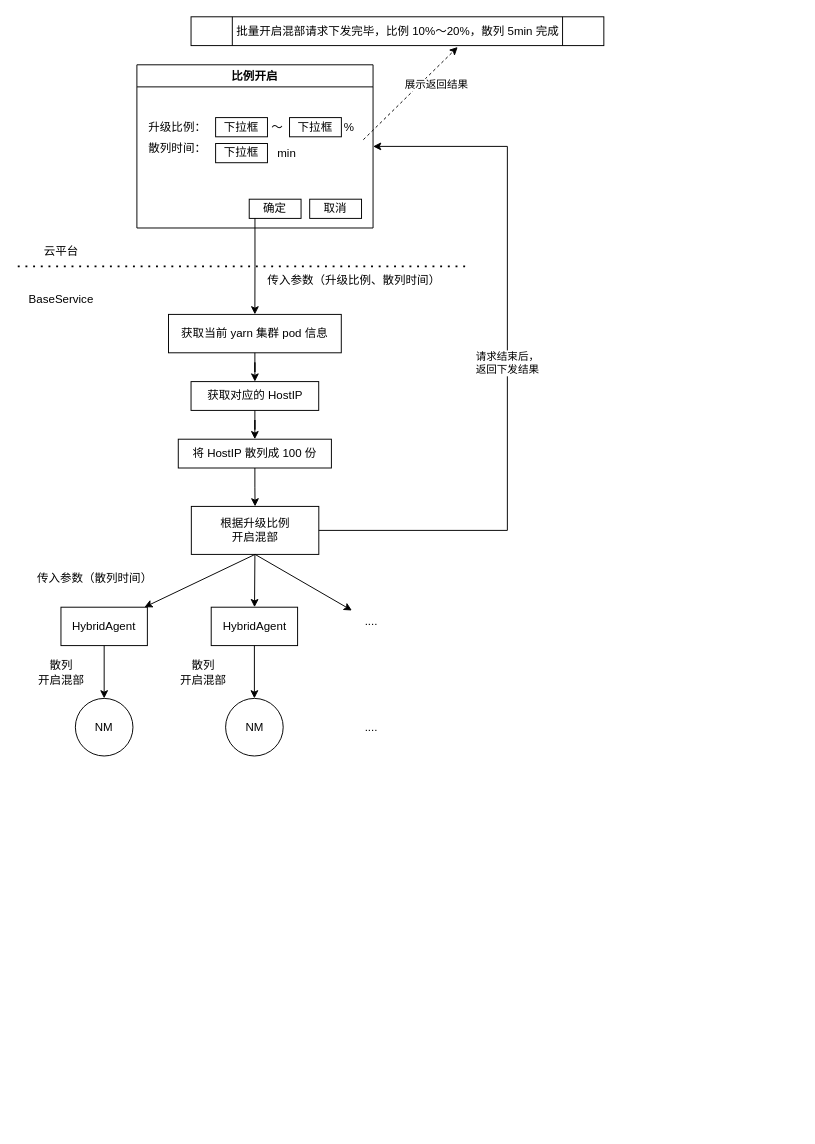
Before: 一键开启混部.drawio in cityofwang/beats, a draw.io diagram. Source tidied: cells renumbered, new cells numbered last; positions are measured from the earlier drawing's top-left corner, leaving out a move shared by most shapes. Both pictures are drawn from the tidied source at 96%, with x=0, y=0 at pixel (17, 16).
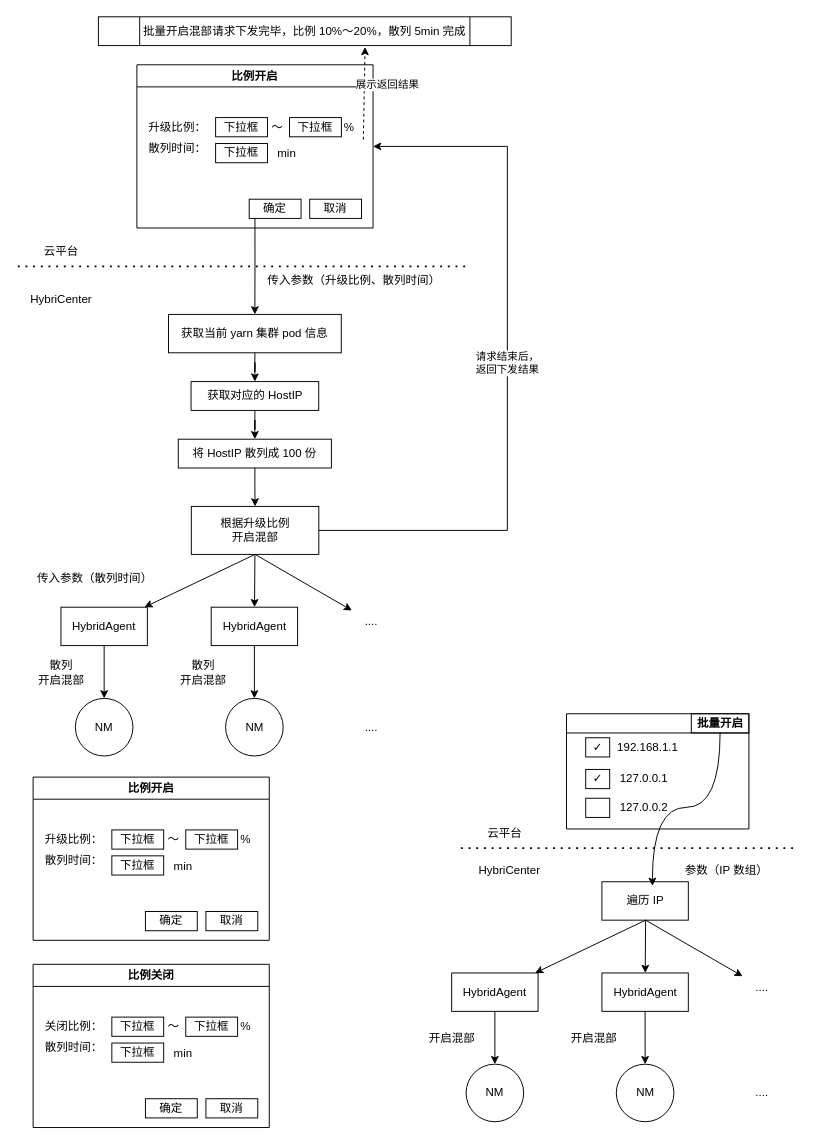
Above is the later version.

Commit message:
一键开启混部.drawio

The edit, as a diff of the source:
```diff
@@
-    <mxCell id="28" value="BaseService" style="text;html=1;align=center;verticalAlign=middle;strokeColor=none;fillColor=none;" parent="1" vertex="1">
+    <mxCell id="28" value="HybriCenter" style="text;html=1;align=center;verticalAlign=middle;strokeColor=none;fillColor=none;" parent="1" vertex="1">
       <mxGeometry y="280" width="90" height="30" as="geometry" />
     </mxCell>
@@
     <mxCell id="45" value="&lt;span style=&quot;text-wrap-mode: nowrap;&quot;&gt;批量开启混部请求下发完毕，比例 10%～20%，散列 5min 完成&lt;/span&gt;" style="shape=process;whiteSpace=wrap;html=1;backgroundOutline=1;" parent="1" vertex="1">
-      <mxGeometry x="180.5" width="430" height="30" as="geometry" />
+      <mxGeometry x="84" width="430" height="30" as="geometry" />
     </mxCell>
+    <mxCell id="46" value="比例开启" style="swimlane;whiteSpace=wrap;html=1;" parent="1" vertex="1">
+      <mxGeometry x="16" y="792" width="246" height="170" as="geometry" />
+    </mxCell>
+    <mxCell id="47" value="下拉框" style="rounded=0;whiteSpace=wrap;html=1;fillColor=none;" parent="46" vertex="1">
+      <mxGeometry x="82" y="55" width="54" height="20" as="geometry" />
+    </mxCell>
+    <mxCell id="48" value="散列时间：" style="text;html=1;align=center;verticalAlign=middle;strokeColor=none;fillColor=none;" parent="46" vertex="1">
+      <mxGeometry x="2" y="72" width="80" height="30" as="geometry" />
+    </mxCell>
+    <mxCell id="49" value="升级比例：" style="text;html=1;align=center;verticalAlign=middle;strokeColor=none;fillColor=none;" parent="46" vertex="1">
+      <mxGeometry x="2" y="50" width="80" height="30" as="geometry" />
+    </mxCell>
+    <mxCell id="50" value="下拉框" style="rounded=0;whiteSpace=wrap;html=1;fillColor=none;" parent="46" vertex="1">
+      <mxGeometry x="159" y="55" width="54" height="20" as="geometry" />
+    </mxCell>
+    <mxCell id="51" value="～" style="text;html=1;align=center;verticalAlign=middle;strokeColor=none;fillColor=none;" parent="46" vertex="1">
+      <mxGeometry x="126" y="50" width="40" height="30" as="geometry" />
+    </mxCell>
+    <mxCell id="52" value="%" style="text;html=1;align=center;verticalAlign=middle;strokeColor=none;fillColor=none;" parent="46" vertex="1">
+      <mxGeometry x="206" y="50" width="30" height="30" as="geometry" />
+    </mxCell>
+    <mxCell id="53" value="下拉框" style="rounded=0;whiteSpace=wrap;html=1;fillColor=none;" parent="46" vertex="1">
+      <mxGeometry x="82" y="82" width="54" height="20" as="geometry" />
+    </mxCell>
+    <mxCell id="54" value="确定" style="rounded=0;whiteSpace=wrap;html=1;fillColor=none;" parent="46" vertex="1">
+      <mxGeometry x="117" y="140" width="54" height="20" as="geometry" />
+    </mxCell>
+    <mxCell id="55" value="取消" style="rounded=0;whiteSpace=wrap;html=1;fillColor=none;" parent="46" vertex="1">
+      <mxGeometry x="180" y="140" width="54" height="20" as="geometry" />
+    </mxCell>
+    <mxCell id="56" value="min" style="text;html=1;align=center;verticalAlign=middle;strokeColor=none;fillColor=none;" parent="1" vertex="1">
+      <mxGeometry x="152" y="870" width="40" height="30" as="geometry" />
+    </mxCell>
+    <mxCell id="57" value="比例关闭" style="swimlane;whiteSpace=wrap;html=1;" parent="1" vertex="1">
+      <mxGeometry x="16" y="987" width="246" height="170" as="geometry" />
+    </mxCell>
+    <mxCell id="58" value="下拉框" style="rounded=0;whiteSpace=wrap;html=1;fillColor=none;" parent="57" vertex="1">
+      <mxGeometry x="82" y="55" width="54" height="20" as="geometry" />
+    </mxCell>
+    <mxCell id="59" value="散列时间：" style="text;html=1;align=center;verticalAlign=middle;strokeColor=none;fillColor=none;" parent="57" vertex="1">
+      <mxGeometry x="2" y="72" width="80" height="30" as="geometry" />
+    </mxCell>
+    <mxCell id="60" value="关闭比例：" style="text;html=1;align=center;verticalAlign=middle;strokeColor=none;fillColor=none;" parent="57" vertex="1">
+      <mxGeometry x="2" y="50" width="80" height="30" as="geometry" />
+    </mxCell>
+    <mxCell id="61" value="下拉框" style="rounded=0;whiteSpace=wrap;html=1;fillColor=none;" parent="57" vertex="1">
+      <mxGeometry x="159" y="55" width="54" height="20" as="geometry" />
+    </mxCell>
+    <mxCell id="62" value="～" style="text;html=1;align=center;verticalAlign=middle;strokeColor=none;fillColor=none;" parent="57" vertex="1">
+      <mxGeometry x="126" y="50" width="40" height="30" as="geometry" />
+    </mxCell>
+    <mxCell id="63" value="%" style="text;html=1;align=center;verticalAlign=middle;strokeColor=none;fillColor=none;" parent="57" vertex="1">
+      <mxGeometry x="206" y="50" width="30" height="30" as="geometry" />
+    </mxCell>
+    <mxCell id="64" value="下拉框" style="rounded=0;whiteSpace=wrap;html=1;fillColor=none;" parent="57" vertex="1">
+      <mxGeometry x="82" y="82" width="54" height="20" as="geometry" />
+    </mxCell>
+    <mxCell id="65" value="确定" style="rounded=0;whiteSpace=wrap;html=1;fillColor=none;" parent="57" vertex="1">
+      <mxGeometry x="117" y="140" width="54" height="20" as="geometry" />
+    </mxCell>
+    <mxCell id="66" value="取消" style="rounded=0;whiteSpace=wrap;html=1;fillColor=none;" parent="57" vertex="1">
+      <mxGeometry x="180" y="140" width="54" height="20" as="geometry" />
+    </mxCell>
+    <mxCell id="67" value="min" style="text;html=1;align=center;verticalAlign=middle;strokeColor=none;fillColor=none;" parent="1" vertex="1">
+      <mxGeometry x="152" y="1065" width="40" height="30" as="geometry" />
+    </mxCell>
+    <mxCell id="68" value="遍历 IP" style="rounded=0;whiteSpace=wrap;html=1;fillColor=none;" parent="1" vertex="1">
+      <mxGeometry x="608.5" y="901" width="90" height="40" as="geometry" />
+    </mxCell>
+    <mxCell id="69" style="swimlane;whiteSpace=wrap;html=1;startSize=20;" parent="1" vertex="1">
+      <mxGeometry x="571.6" y="726" width="190" height="120" as="geometry" />
+    </mxCell>
+    <mxCell id="70" value="✓" style="rounded=0;whiteSpace=wrap;html=1;fillColor=none;" parent="69" vertex="1">
+      <mxGeometry x="20" y="25" width="25" height="20" as="geometry" />
+    </mxCell>
+    <mxCell id="71" value="192.168.1.1" style="text;html=1;align=center;verticalAlign=middle;strokeColor=none;fillColor=none;" parent="69" vertex="1">
+      <mxGeometry x="39" y="20" width="90" height="30" as="geometry" />
+    </mxCell>
+    <mxCell id="72" value="✓" style="rounded=0;whiteSpace=wrap;html=1;fillColor=none;" parent="69" vertex="1">
+      <mxGeometry x="20" y="58" width="25" height="20" as="geometry" />
+    </mxCell>
+    <mxCell id="73" value="127.0.0.1" style="text;html=1;align=center;verticalAlign=middle;strokeColor=none;fillColor=none;" parent="69" vertex="1">
+      <mxGeometry x="45" y="53" width="70" height="30" as="geometry" />
+    </mxCell>
+    <mxCell id="74" value="&lt;span style=&quot;font-weight: 700;&quot;&gt;批量开启&lt;/span&gt;" style="whiteSpace=wrap;html=1;fillColor=none;" parent="69" vertex="1">
+      <mxGeometry x="130" width="60" height="20" as="geometry" />
+    </mxCell>
+    <mxCell id="75" style="rounded=0;whiteSpace=wrap;html=1;fillColor=none;" parent="69" vertex="1">
+      <mxGeometry x="20" y="88" width="25" height="20" as="geometry" />
+    </mxCell>
+    <mxCell id="76" value="127.0.0.2" style="text;html=1;align=center;verticalAlign=middle;strokeColor=none;fillColor=none;" parent="69" vertex="1">
+      <mxGeometry x="45" y="83" width="70" height="30" as="geometry" />
+    </mxCell>
+    <mxCell id="77" value="参数（IP 数组）" style="text;html=1;align=center;verticalAlign=middle;strokeColor=none;fillColor=none;" parent="1" vertex="1">
+      <mxGeometry x="683.1" y="874" width="110" height="30" as="geometry" />
+    </mxCell>
+    <mxCell id="78" value="HybriCenter" style="text;html=1;align=center;verticalAlign=middle;strokeColor=none;fillColor=none;" parent="1" vertex="1">
+      <mxGeometry x="466.6" y="874" width="90" height="30" as="geometry" />
+    </mxCell>
+    <mxCell id="79" style="rounded=0;jettySize=auto;html=1;exitX=0.5;exitY=1;exitDx=0;exitDy=0;" parent="1" edge="1" target="85">
+      <mxGeometry relative="1" as="geometry">
+        <mxPoint x="654" y="941" as="sourcePoint" />
+      </mxGeometry>
+    </mxCell>
+    <mxCell id="80" style="edgeLabel;html=1;align=center;verticalAlign=middle;" parent="79" vertex="1">
+      <mxGeometry x="0.03" y="2" relative="1" as="geometry" />
+    </mxCell>
+    <mxCell id="81" style="edgeLabel;html=1;align=center;verticalAlign=middle;" parent="79" vertex="1">
+      <mxGeometry x="-0.08" relative="1" as="geometry" />
+    </mxCell>
+    <mxCell id="82" style="rounded=0;jettySize=auto;html=1;" parent="1" edge="1" target="87">
+      <mxGeometry relative="1" as="geometry">
+        <mxPoint x="654" y="941" as="sourcePoint" />
+      </mxGeometry>
+    </mxCell>
+    <mxCell id="83" style="rounded=0;jettySize=auto;html=1;exitX=0.5;exitY=1;exitDx=0;exitDy=0;" parent="1" edge="1" target="88">
+      <mxGeometry relative="1" as="geometry">
+        <mxPoint x="654" y="941" as="sourcePoint" />
+      </mxGeometry>
+    </mxCell>
+    <mxCell id="84" style="edgeStyle=orthogonalEdgeStyle;rounded=0;jettySize=auto;html=1;entryX=0.5;entryY=0;entryDx=0;entryDy=0;" parent="1" edge="1" source="85" target="89">
+      <mxGeometry relative="1" as="geometry" />
+    </mxCell>
+    <mxCell id="85" value="HybridAgent" style="rounded=0;whiteSpace=wrap;html=1;fillColor=none;" parent="1" vertex="1">
+      <mxGeometry x="452" y="996" width="90" height="40" as="geometry" />
+    </mxCell>
+    <mxCell id="86" style="edgeStyle=orthogonalEdgeStyle;rounded=0;jettySize=auto;html=1;entryX=0.5;entryY=0;entryDx=0;entryDy=0;" parent="1" edge="1" source="87" target="90">
+      <mxGeometry relative="1" as="geometry" />
+    </mxCell>
+    <mxCell id="87" value="HybridAgent" style="rounded=0;whiteSpace=wrap;html=1;fillColor=none;" parent="1" vertex="1">
+      <mxGeometry x="608.5" y="996" width="90" height="40" as="geometry" />
+    </mxCell>
+    <mxCell id="88" value="...." style="text;html=1;align=center;verticalAlign=middle;points=[];strokeColor=none;fillColor=none;" parent="1" vertex="1">
+      <mxGeometry x="755.1" y="996" width="40" height="30" as="geometry" />
+    </mxCell>
+    <mxCell id="89" value="NM" style="ellipse;whiteSpace=wrap;html=1;fillColor=none;" parent="1" vertex="1">
+      <mxGeometry x="467" y="1091" width="60" height="60" as="geometry" />
+    </mxCell>
+    <mxCell id="90" value="NM" style="ellipse;whiteSpace=wrap;html=1;fillColor=none;" parent="1" vertex="1">
+      <mxGeometry x="623.5" y="1091" width="60" height="60" as="geometry" />
+    </mxCell>
+    <mxCell id="91" value="...." style="text;html=1;align=center;verticalAlign=middle;strokeColor=none;fillColor=none;" parent="1" vertex="1">
+      <mxGeometry x="755.1" y="1106" width="40" height="30" as="geometry" />
+    </mxCell>
+    <mxCell id="92" value="&lt;div&gt;开启混部&lt;/div&gt;" style="text;html=1;align=center;verticalAlign=middle;strokeColor=none;fillColor=none;" parent="1" vertex="1">
+      <mxGeometry x="417" y="1049" width="70" height="30" as="geometry" />
+    </mxCell>
+    <mxCell id="93" value="&lt;div&gt;开启混部&lt;/div&gt;" style="text;html=1;align=center;verticalAlign=middle;strokeColor=none;fillColor=none;" parent="1" vertex="1">
+      <mxGeometry x="565" y="1049" width="70" height="30" as="geometry" />
+    </mxCell>
+    <mxCell id="94" style="endArrow=none;dashed=1;html=1;dashPattern=1 3;strokeWidth=2;rounded=0;" parent="1" edge="1">
+      <mxGeometry relative="1" as="geometry">
+        <mxPoint x="461.6" y="866" as="sourcePoint" />
+        <mxPoint x="811.6" y="866" as="targetPoint" />
+      </mxGeometry>
+    </mxCell>
+    <mxCell id="95" value="云平台" style="text;html=1;align=center;verticalAlign=middle;strokeColor=none;fillColor=none;" parent="1" vertex="1">
+      <mxGeometry x="476.6" y="836" width="60" height="30" as="geometry" />
+    </mxCell>
+    <mxCell id="96" style="edgeStyle=orthogonalEdgeStyle;rounded=0;jettySize=auto;html=1;entryX=0.584;entryY=0.107;entryDx=0;entryDy=0;entryPerimeter=0;exitX=0.5;exitY=1;exitDx=0;exitDy=0;curved=1;" parent="1" edge="1" source="74" target="68">
+      <mxGeometry relative="1" as="geometry" />
+    </mxCell>
```
